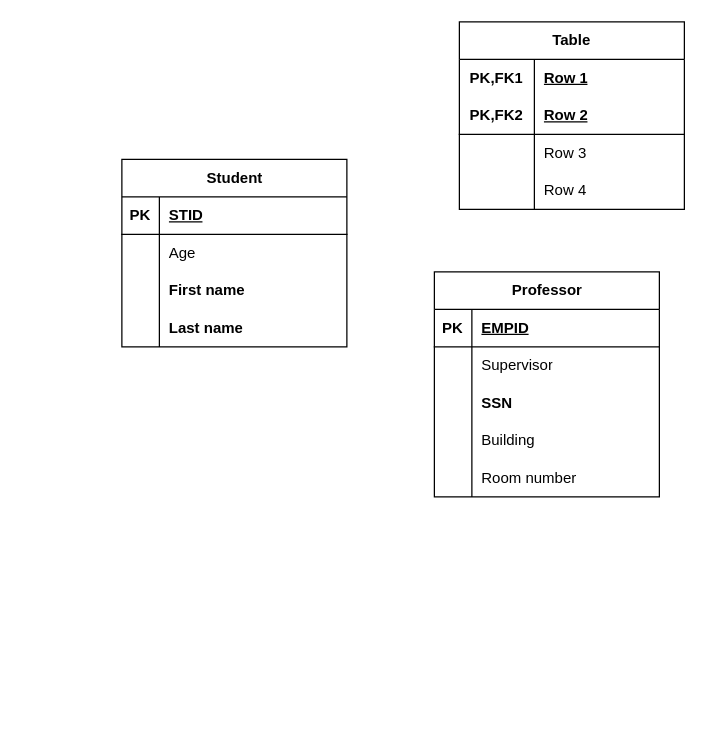
The draw.io diagram Homework2/DM-HW2_Janis_Waser_Cuihan_Zhang.drawio in us-ja/Data_Management, before the edit. Source tidied: cells renumbered, new cells numbered last; positions are measured from the earlier drawing's top-left corner, leaving out a move shared by most shapes. Both pictures are drawn from the tidied source at 125%, with x=0, y=0 at pixel (121, 21).
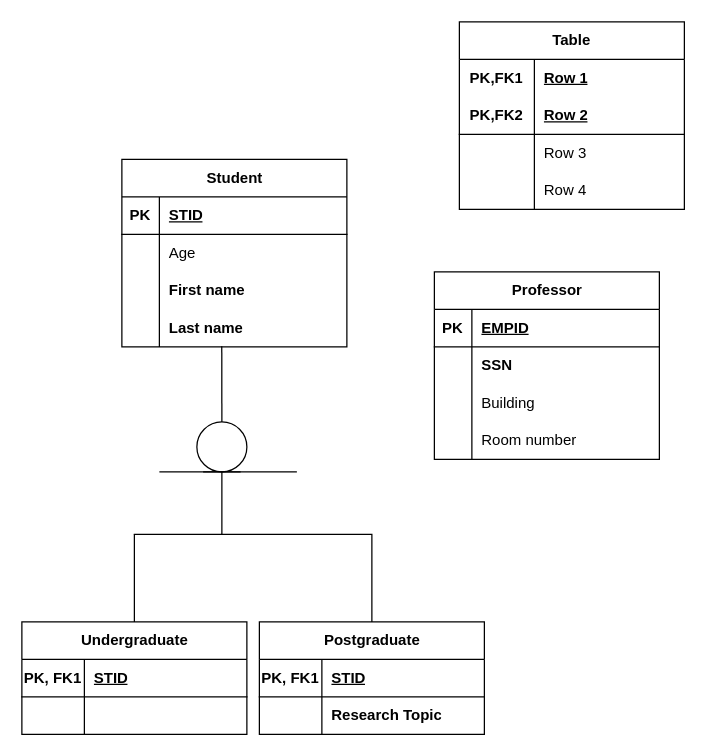
After the change.

The change refers to these unchanged cells:
```xml
<mxCell id="12" style="shape=tableRow;horizontal=0;startSize=0;swimlaneHead=0;swimlaneBody=0;fillColor=none;points=[[0,0.5],[1,0.5]];portConstraint=eastwest;top=0;left=0;right=0;bottom=0;" parent="2" vertex="1">
  <mxGeometry y="120" width="180" height="30" as="geometry" />
</mxCell>
```

The edit, as a diff of the source:
```diff
@@
     <mxCell id="28" value="Professor" style="shape=table;startSize=30;childLayout=tableLayout;rowLines=0;fontStyle=1;align=center;html=1;" parent="1" vertex="1">
-      <mxGeometry x="250" y="200" width="180" height="180" as="geometry" />
+      <mxGeometry x="250" y="200" width="180" height="150" as="geometry" />
     </mxCell>
@@
-    <mxCell id="32" style="shape=tableRow;horizontal=0;startSize=0;swimlaneHead=0;swimlaneBody=0;fillColor=none;top=0;left=0;right=0;bottom=0;" parent="28" vertex="1">
-      <mxGeometry y="60" width="180" height="30" as="geometry" />
-    </mxCell>
-    <mxCell id="33" style="shape=partialRectangle;fillColor=none;top=0;left=0;bottom=0;right=0;overflow=hidden;whiteSpace=wrap;html=1;" parent="32" vertex="1">
-      <mxGeometry width="30" height="30" as="geometry" />
-    </mxCell>
-    <mxCell id="34" value="Supervisor" style="shape=partialRectangle;fillColor=none;top=0;left=0;bottom=0;right=0;align=left;spacingLeft=6;overflow=hidden;whiteSpace=wrap;html=1;" parent="32" vertex="1">
-      <mxGeometry x="30" width="150" height="30" as="geometry" />
-    </mxCell>
     <mxCell id="35" style="shape=tableRow;horizontal=0;startSize=0;swimlaneHead=0;swimlaneBody=0;fillColor=none;top=0;left=0;right=0;bottom=0;" parent="28" vertex="1">
-      <mxGeometry y="90" width="180" height="30" as="geometry" />
+      <mxGeometry y="60" width="180" height="30" as="geometry" />
     </mxCell>
@@
     <mxCell id="38" style="shape=tableRow;horizontal=0;startSize=0;swimlaneHead=0;swimlaneBody=0;fillColor=none;top=0;left=0;right=0;bottom=0;" parent="28" vertex="1">
-      <mxGeometry y="120" width="180" height="30" as="geometry" />
+      <mxGeometry y="90" width="180" height="30" as="geometry" />
     </mxCell>
@@
     <mxCell id="41" style="shape=tableRow;horizontal=0;startSize=0;swimlaneHead=0;swimlaneBody=0;fillColor=none;top=0;left=0;right=0;bottom=0;" parent="28" vertex="1">
-      <mxGeometry y="150" width="180" height="30" as="geometry" />
+      <mxGeometry y="120" width="180" height="30" as="geometry" />
     </mxCell>
@@
+    <mxCell id="44" style="endArrow=none;html=1;rounded=0;entryX=0.5;entryY=0;entryDx=0;entryDy=0;" parent="1" edge="1" target="45">
+      <mxGeometry relative="1" as="geometry">
+        <mxPoint x="10" y="410" as="sourcePoint" />
+      </mxGeometry>
+    </mxCell>
+    <mxCell id="45" value="Undergraduate" style="shape=table;startSize=30;childLayout=tableLayout;rowLines=0;fontStyle=1;align=center;html=1;" parent="1" vertex="1">
+      <mxGeometry x="-80" y="480" width="180" height="90" as="geometry" />
+    </mxCell>
+    <mxCell id="46" style="shape=tableRow;horizontal=0;startSize=0;swimlaneHead=0;swimlaneBody=0;fillColor=none;top=0;left=0;right=0;bottom=1;" parent="45" vertex="1">
+      <mxGeometry y="30" width="180" height="30" as="geometry" />
+    </mxCell>
+    <mxCell id="47" value="PK, FK1" style="shape=partialRectangle;fillColor=none;top=0;left=0;bottom=0;right=0;fontStyle=1;overflow=hidden;whiteSpace=wrap;html=1;" parent="46" vertex="1">
+      <mxGeometry width="50" height="30" as="geometry" />
+    </mxCell>
+    <mxCell id="48" value="STID" style="shape=partialRectangle;fillColor=none;top=0;left=0;bottom=0;right=0;align=left;spacingLeft=6;fontStyle=5;overflow=hidden;whiteSpace=wrap;html=1;" parent="46" vertex="1">
+      <mxGeometry x="50" width="130" height="30" as="geometry" />
+    </mxCell>
+    <mxCell id="49" style="shape=tableRow;horizontal=0;startSize=0;swimlaneHead=0;swimlaneBody=0;fillColor=none;top=0;left=0;right=0;bottom=0;" parent="45" vertex="1">
+      <mxGeometry y="60" width="180" height="30" as="geometry" />
+    </mxCell>
+    <mxCell id="50" style="shape=partialRectangle;fillColor=none;top=0;left=0;bottom=0;right=0;overflow=hidden;whiteSpace=wrap;html=1;" parent="49" vertex="1">
+      <mxGeometry width="50" height="30" as="geometry" />
+    </mxCell>
+    <mxCell id="51" style="shape=partialRectangle;fillColor=none;top=0;left=0;bottom=0;right=0;align=left;spacingLeft=6;overflow=hidden;whiteSpace=wrap;html=1;" parent="49" vertex="1">
+      <mxGeometry x="50" width="130" height="30" as="geometry" />
+    </mxCell>
+    <mxCell id="52" style="endArrow=none;html=1;rounded=0;exitX=0.444;exitY=0.982;exitDx=0;exitDy=0;exitPerimeter=0;entryX=0.5;entryY=0;entryDx=0;entryDy=0;" parent="1" edge="1" source="12" target="53">
+      <mxGeometry relative="1" as="geometry" />
+    </mxCell>
+    <mxCell id="53" style="ellipse;shape=umlEntity;whiteSpace=wrap;html=1;" parent="1" vertex="1">
+      <mxGeometry x="60" y="320" width="40" height="40" as="geometry" />
+    </mxCell>
+    <mxCell id="54" style="endArrow=none;html=1;rounded=0;" parent="1" edge="1">
+      <mxGeometry relative="1" as="geometry">
+        <mxPoint x="30" y="360" as="sourcePoint" />
+        <mxPoint x="140" y="360" as="targetPoint" />
+      </mxGeometry>
+    </mxCell>
+    <mxCell id="55" style="shape=partialRectangle;whiteSpace=wrap;html=1;bottom=0;right=0;fillColor=none;direction=west;" parent="1" vertex="1">
+      <mxGeometry x="10" y="360" width="70" height="50" as="geometry" />
+    </mxCell>
+    <mxCell id="56" style="shape=partialRectangle;whiteSpace=wrap;html=1;bottom=0;right=0;fillColor=none;direction=south;" parent="1" vertex="1">
+      <mxGeometry x="80" y="410" width="120" height="70" as="geometry" />
+    </mxCell>
+    <mxCell id="57" value="Postgraduate" style="shape=table;startSize=30;childLayout=tableLayout;rowLines=0;fontStyle=1;align=center;html=1;" parent="1" vertex="1">
+      <mxGeometry x="110" y="480" width="180" height="90" as="geometry" />
+    </mxCell>
+    <mxCell id="58" style="shape=tableRow;horizontal=0;startSize=0;swimlaneHead=0;swimlaneBody=0;fillColor=none;top=0;left=0;right=0;bottom=1;" parent="57" vertex="1">
+      <mxGeometry y="30" width="180" height="30" as="geometry" />
+    </mxCell>
+    <mxCell id="59" value="PK, FK1" style="shape=partialRectangle;fillColor=none;top=0;left=0;bottom=0;right=0;fontStyle=1;overflow=hidden;whiteSpace=wrap;html=1;" parent="58" vertex="1">
+      <mxGeometry width="50" height="30" as="geometry" />
+    </mxCell>
+    <mxCell id="60" value="STID" style="shape=partialRectangle;fillColor=none;top=0;left=0;bottom=0;right=0;align=left;spacingLeft=6;fontStyle=5;overflow=hidden;whiteSpace=wrap;html=1;" parent="58" vertex="1">
+      <mxGeometry x="50" width="130" height="30" as="geometry" />
+    </mxCell>
+    <mxCell id="61" style="shape=tableRow;horizontal=0;startSize=0;swimlaneHead=0;swimlaneBody=0;fillColor=none;top=0;left=0;right=0;bottom=0;" parent="57" vertex="1">
+      <mxGeometry y="60" width="180" height="30" as="geometry" />
+    </mxCell>
+    <mxCell id="62" style="shape=partialRectangle;fillColor=none;top=0;left=0;bottom=0;right=0;overflow=hidden;whiteSpace=wrap;html=1;" parent="61" vertex="1">
+      <mxGeometry width="50" height="30" as="geometry" />
+    </mxCell>
+    <mxCell id="63" value="&lt;b&gt;Research Topic&lt;/b&gt;" style="shape=partialRectangle;fillColor=none;top=0;left=0;bottom=0;right=0;align=left;spacingLeft=6;overflow=hidden;whiteSpace=wrap;html=1;" parent="61" vertex="1">
+      <mxGeometry x="50" width="130" height="30" as="geometry" />
+    </mxCell>
```
